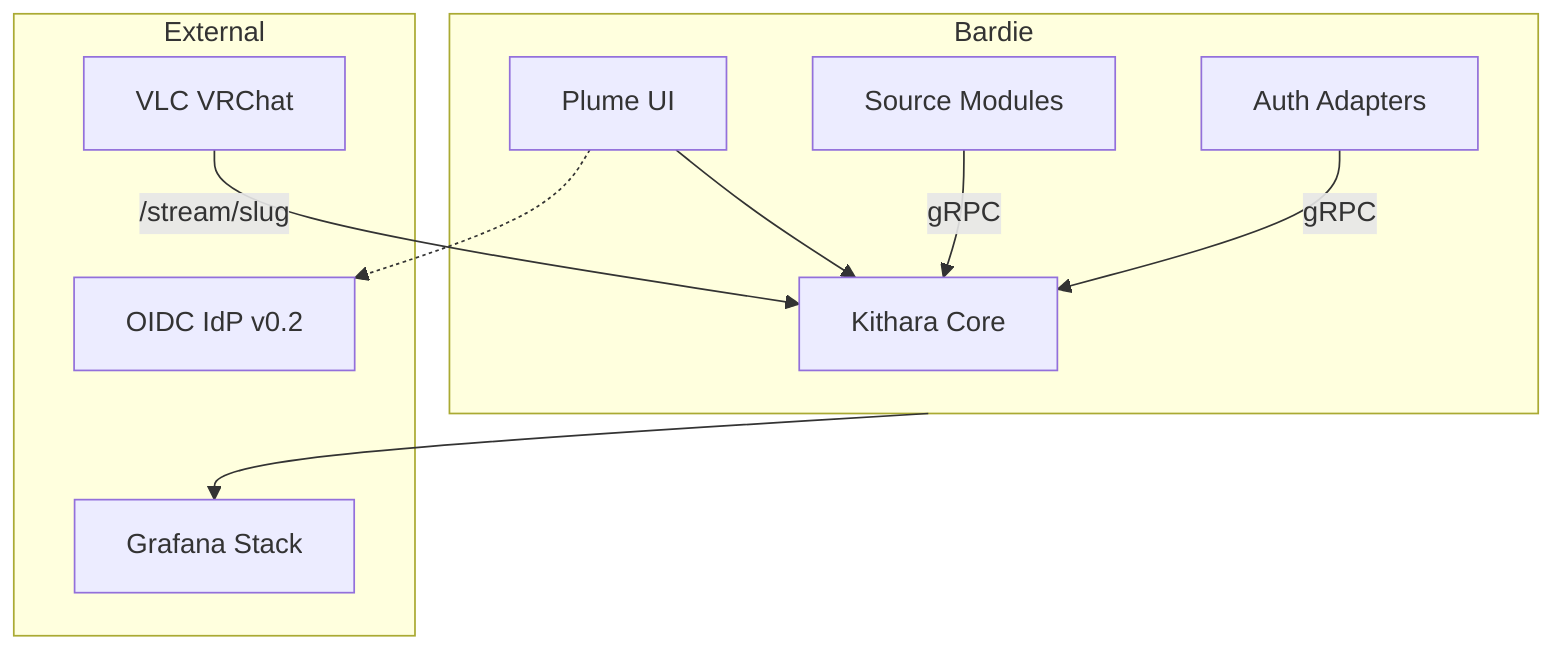
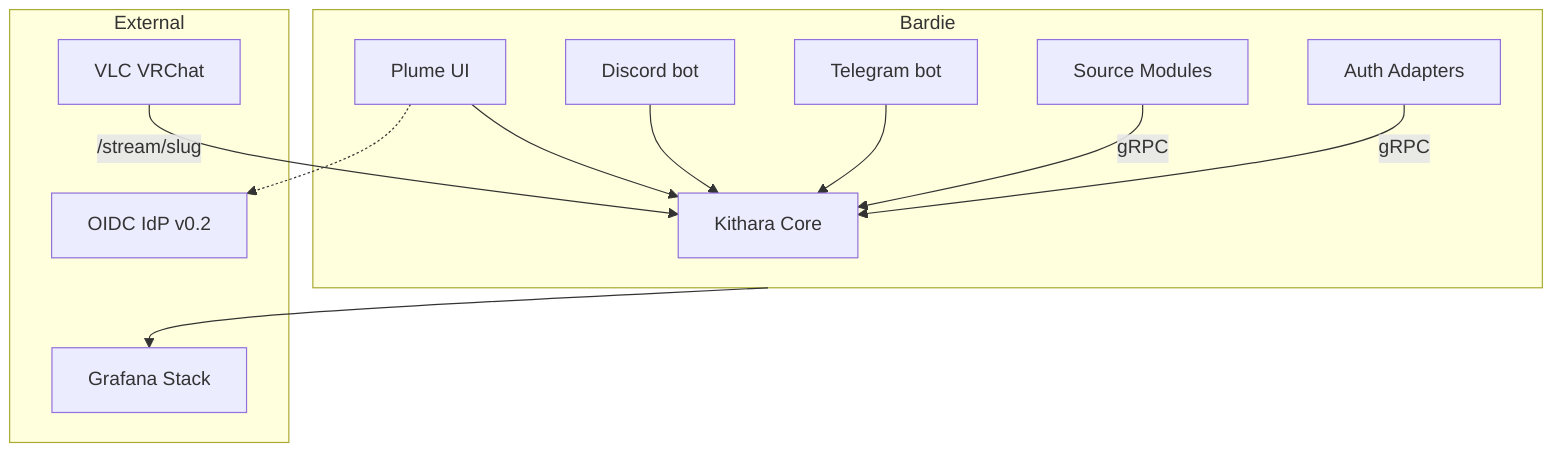
flowchart TB
  subgraph bardie [Bardie]
    Kithara[Kithara Core]
    Plume[Plume UI]
+     Discord[Discord bot]
+     Telegram[Telegram bot]
    SrcMod[Source Modules]
    AuthMod[Auth Adapters]
  end
  subgraph external [External]
    Players[VLC VRChat]
    IdP[OIDC IdP v0.2]
    Grafana[Grafana Stack]
  end
  Plume --> Kithara
+   Discord --> Kithara
+   Telegram --> Kithara
  SrcMod -->|gRPC| Kithara
  AuthMod -->|gRPC| Kithara
  Players -->|/stream/slug| Kithara
  Plume -.-> IdP
  bardie --> Grafana
